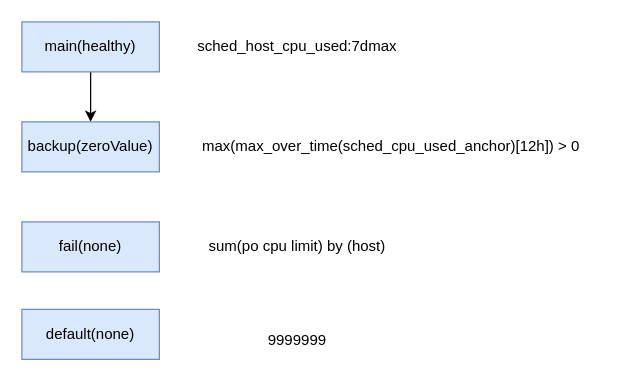
Above: zhivago-reducer.drawio in zhangfuli/draw.io (draw.io), before the change. Source tidied: cells renumbered, new cells numbered last; positions are measured from the earlier drawing's top-left corner, leaving out a move shared by most shapes. Both pictures are drawn from the tidied source at 125%, with x=0, y=0 at pixel (21, 21).
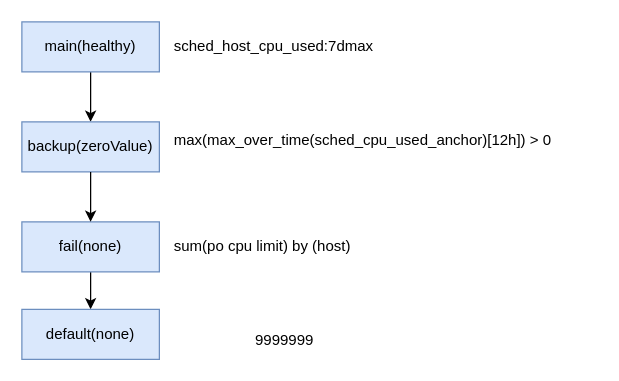
After the change.

Diff of the diagram source:
```diff
@@
 <mxGraphModel>
   <root>
     <mxCell id="0" />
     <mxCell id="1" parent="0" />
     <mxCell id="2" style="edgeStyle=orthogonalEdgeStyle;rounded=0;jettySize=auto;html=1;" parent="1" edge="1" source="3" target="5">
       <mxGeometry relative="1" as="geometry" />
     </mxCell>
     <mxCell id="3" value="main(healthy)" style="rounded=0;whiteSpace=wrap;html=1;fillColor=#dae8fc;strokeColor=#6c8ebf;" parent="1" vertex="1">
       <mxGeometry width="110" height="40" as="geometry" />
     </mxCell>
-    <mxCell id="4" value="sched_host_cpu_used:7dmax" style="text;html=1;align=center;verticalAlign=middle;strokeColor=none;fillColor=none;" parent="1" vertex="1">
-      <mxGeometry x="130" y="5" width="180" height="30" as="geometry" />
+    <mxCell id="4" value="sched_host_cpu_used:7dmax" style="text;html=1;align=left;verticalAlign=middle;strokeColor=none;fillColor=none;" parent="1" vertex="1">
+      <mxGeometry x="120" y="5" width="180" height="30" as="geometry" />
     </mxCell>
     <mxCell id="5" value="backup(zeroValue)" style="rounded=0;whiteSpace=wrap;html=1;fillColor=#dae8fc;strokeColor=#6c8ebf;" parent="1" vertex="1">
       <mxGeometry y="80" width="110" height="40" as="geometry" />
     </mxCell>
-    <mxCell id="6" value="max(max_over_time(sched_cpu_used_anchor)[12h]) &amp;gt; 0" style="text;html=1;align=center;verticalAlign=middle;strokeColor=none;fillColor=none;" parent="1" vertex="1">
-      <mxGeometry x="130" y="85" width="330" height="30" as="geometry" />
+    <mxCell id="6" value="max(max_over_time(sched_cpu_used_anchor)[12h]) &amp;gt; 0" style="text;html=1;align=left;verticalAlign=middle;strokeColor=none;fillColor=none;" parent="1" vertex="1">
+      <mxGeometry x="120" y="80" width="330" height="30" as="geometry" />
     </mxCell>
+    <mxCell id="11" style="edgeStyle=orthogonalEdgeStyle;rounded=0;jettySize=auto;html=1;" parent="1" edge="1" source="7" target="9">
+      <mxGeometry relative="1" as="geometry" />
+    </mxCell>
     <mxCell id="7" value="fail(none)" style="rounded=0;whiteSpace=wrap;html=1;fillColor=#dae8fc;strokeColor=#6c8ebf;" parent="1" vertex="1">
       <mxGeometry y="160" width="110" height="40" as="geometry" />
     </mxCell>
-    <mxCell id="8" value="sum(po cpu limit) by (host)" style="text;html=1;align=center;verticalAlign=middle;strokeColor=none;fillColor=none;" parent="1" vertex="1">
-      <mxGeometry x="140" y="165" width="160" height="30" as="geometry" />
+    <mxCell id="8" value="sum(po cpu limit) by (host)" style="text;html=1;align=left;verticalAlign=middle;strokeColor=none;fillColor=none;" parent="1" vertex="1">
+      <mxGeometry x="120" y="165" width="160" height="30" as="geometry" />
     </mxCell>
     <mxCell id="9" value="default(none)" style="rounded=0;whiteSpace=wrap;html=1;fillColor=#dae8fc;strokeColor=#6c8ebf;" parent="1" vertex="1">
       <mxGeometry y="230" width="110" height="40" as="geometry" />
     </mxCell>
-    <mxCell id="10" value="9999999" style="text;html=1;align=center;verticalAlign=middle;strokeColor=none;fillColor=none;" parent="1" vertex="1">
+    <mxCell id="10" value="9999999" style="text;html=1;align=left;verticalAlign=middle;strokeColor=none;fillColor=none;" parent="1" vertex="1">
       <mxGeometry x="185" y="240" width="70" height="30" as="geometry" />
     </mxCell>
+    <mxCell id="12" style="edgeStyle=orthogonalEdgeStyle;rounded=0;jettySize=auto;html=1;entryX=0.5;entryY=0;entryDx=0;entryDy=0;exitX=0.5;exitY=1;exitDx=0;exitDy=0;" parent="1" edge="1" source="5" target="7">
+      <mxGeometry relative="1" as="geometry" />
+    </mxCell>
   </root>
 </mxGraphModel>
```
